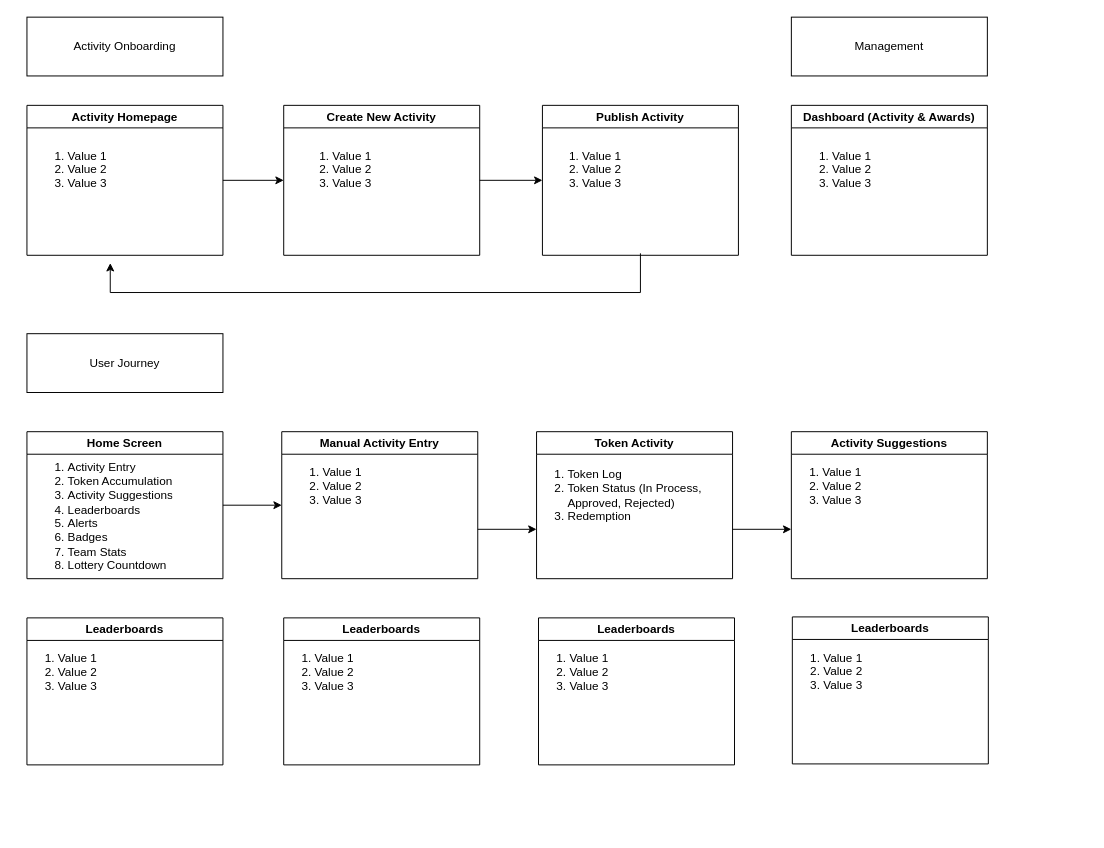
Above: Synergy Overview.drawio in ThaijaDickerson/ThaijaDickerson (draw.io), before the change. Source tidied: cells renumbered, new cells numbered last; positions are measured from the earlier drawing's top-left corner, leaving out a move shared by most shapes. Both pictures are drawn from the tidied source at 98%, with x=0, y=0 at pixel (17, 17).
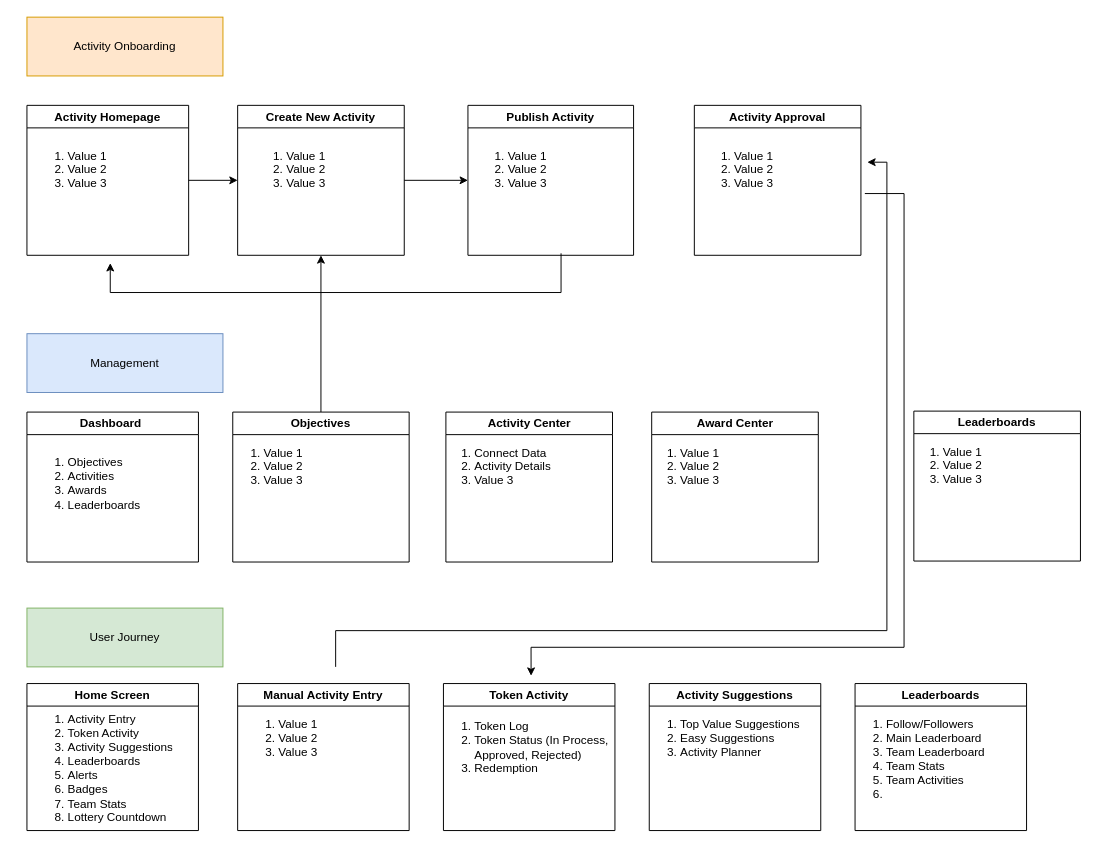
The same page after the edit.

Diff of the diagram source:
```diff
@@
     <mxCell id="2" value="Home Screen" style="swimlane;whiteSpace=wrap;html=1;" parent="1" vertex="1">
-      <mxGeometry x="10" y="423" width="200" height="150" as="geometry" />
+      <mxGeometry x="10" y="680" width="175" height="150" as="geometry" />
     </mxCell>
-    <mxCell id="3" value="&lt;ol&gt;&lt;li&gt;Activity Entry&lt;/li&gt;&lt;li&gt;Token Accumulation&lt;/li&gt;&lt;li&gt;Activity Suggestions&lt;/li&gt;&lt;li&gt;Leaderboards&lt;/li&gt;&lt;li&gt;Alerts&lt;/li&gt;&lt;li&gt;Badges&lt;/li&gt;&lt;li&gt;Team Stats&lt;/li&gt;&lt;li&gt;Lottery Countdown&lt;/li&gt;&lt;/ol&gt;" style="text;strokeColor=none;fillColor=none;html=1;whiteSpace=wrap;verticalAlign=middle;overflow=hidden;" parent="2" vertex="1">
+    <mxCell id="3" value="&lt;ol&gt;&lt;li&gt;Activity Entry&lt;/li&gt;&lt;li&gt;Token Activity&lt;/li&gt;&lt;li&gt;Activity Suggestions&lt;/li&gt;&lt;li&gt;Leaderboards&lt;/li&gt;&lt;li&gt;Alerts&lt;/li&gt;&lt;li&gt;Badges&lt;/li&gt;&lt;li&gt;Team Stats&lt;/li&gt;&lt;li&gt;Lottery Countdown&lt;/li&gt;&lt;/ol&gt;" style="text;strokeColor=none;fillColor=none;html=1;whiteSpace=wrap;verticalAlign=middle;overflow=hidden;" parent="2" vertex="1">
       <mxGeometry y="15" width="190" height="130" as="geometry" />
     </mxCell>
-    <mxCell id="4" value="Activity Onboarding" style="rounded=0;whiteSpace=wrap;html=1;" parent="1" vertex="1">
+    <mxCell id="4" value="Activity Onboarding" style="rounded=0;whiteSpace=wrap;html=1;fillColor=#ffe6cc;strokeColor=#d79b00;" parent="1" vertex="1">
       <mxGeometry x="10" width="200" height="60" as="geometry" />
     </mxCell>
-    <mxCell id="5" value="User Journey" style="rounded=0;whiteSpace=wrap;html=1;" parent="1" vertex="1">
-      <mxGeometry x="10" y="323" width="200" height="60" as="geometry" />
+    <mxCell id="5" value="User Journey" style="rounded=0;whiteSpace=wrap;html=1;fillColor=#d5e8d4;strokeColor=#82b366;" parent="1" vertex="1">
+      <mxGeometry x="10" y="603" width="200" height="60" as="geometry" />
     </mxCell>
@@
     <mxCell id="7" value="Activity Homepage" style="swimlane;whiteSpace=wrap;html=1;" parent="1" vertex="1">
-      <mxGeometry x="10" y="90" width="200" height="153" as="geometry" />
+      <mxGeometry x="10" y="90" width="165" height="153" as="geometry" />
     </mxCell>
     <mxCell id="8" value="Activity Suggestions" style="swimlane;whiteSpace=wrap;html=1;" parent="1" vertex="1">
-      <mxGeometry x="790" y="423" width="200" height="150" as="geometry" />
+      <mxGeometry x="645" y="680" width="175" height="150" as="geometry" />
     </mxCell>
-    <mxCell id="9" value="&lt;ol&gt;&lt;li&gt;Value 1&lt;/li&gt;&lt;li&gt;Value 2&lt;/li&gt;&lt;li&gt;Value 3&lt;/li&gt;&lt;/ol&gt;" style="text;strokeColor=none;fillColor=none;html=1;whiteSpace=wrap;verticalAlign=middle;overflow=hidden;" parent="8" vertex="1">
+    <mxCell id="9" value="&lt;ol&gt;&lt;li&gt;&lt;span style=&quot;background-color: initial;&quot;&gt;Top Value Suggestions&lt;/span&gt;&lt;/li&gt;&lt;li&gt;&lt;span style=&quot;background-color: initial;&quot;&gt;Easy Suggestions&lt;/span&gt;&lt;br&gt;&lt;/li&gt;&lt;li&gt;Activity Planner&lt;/li&gt;&lt;/ol&gt;" style="text;strokeColor=none;fillColor=none;html=1;whiteSpace=wrap;verticalAlign=middle;overflow=hidden;" parent="8" vertex="1">
       <mxGeometry x="-10" y="20" width="190" height="60" as="geometry" />
     </mxCell>
+    <mxCell id="35" style="edgeStyle=orthogonalEdgeStyle;rounded=0;orthogonalLoop=1;jettySize=auto;html=1;exitX=0.5;exitY=0;exitDx=0;exitDy=0;entryX=1;entryY=0.75;entryDx=0;entryDy=0;" parent="1" edge="1">
+      <mxGeometry relative="1" as="geometry">
+        <mxPoint x="325" y="663" as="sourcePoint" />
+        <mxPoint x="867.5" y="148" as="targetPoint" />
+        <Array as="points">
+          <mxPoint x="325.5" y="626" />
+          <mxPoint x="887.5" y="626" />
+          <mxPoint x="887.5" y="148" />
+        </Array>
+      </mxGeometry>
+    </mxCell>
     <mxCell id="10" value="Manual Activity Entry" style="swimlane;whiteSpace=wrap;html=1;" parent="1" vertex="1">
-      <mxGeometry x="270" y="423" width="200" height="150" as="geometry" />
+      <mxGeometry x="225" y="680" width="175" height="150" as="geometry" />
     </mxCell>
@@
     <mxCell id="12" value="Token Activity" style="swimlane;whiteSpace=wrap;html=1;" parent="1" vertex="1">
-      <mxGeometry x="530" y="423" width="200" height="150" as="geometry" />
+      <mxGeometry x="435" y="680" width="175" height="150" as="geometry" />
     </mxCell>
@@
-    <mxCell id="14" style="endArrow=classic;html=1;rounded=0;exitX=1;exitY=0.5;exitDx=0;exitDy=0;entryX=0;entryY=0.5;entryDx=0;entryDy=0;" parent="1" edge="1" source="2" target="10">
-      <mxGeometry relative="1" as="geometry" />
-    </mxCell>
-    <mxCell id="15" style="endArrow=classic;html=1;rounded=0;exitX=1;exitY=0.5;exitDx=0;exitDy=0;entryX=0;entryY=0.5;entryDx=0;entryDy=0;" parent="1" edge="1">
-      <mxGeometry relative="1" as="geometry">
-        <mxPoint x="470" y="522.6" as="sourcePoint" />
-        <mxPoint x="530" y="522.6" as="targetPoint" />
-      </mxGeometry>
-    </mxCell>
-    <mxCell id="16" style="endArrow=classic;html=1;rounded=0;exitX=1;exitY=0.5;exitDx=0;exitDy=0;entryX=0;entryY=0.5;entryDx=0;entryDy=0;" parent="1" edge="1">
-      <mxGeometry relative="1" as="geometry">
-        <mxPoint x="730" y="522.6" as="sourcePoint" />
-        <mxPoint x="790" y="522.6" as="targetPoint" />
-      </mxGeometry>
-    </mxCell>
@@
     <mxCell id="18" value="Create New Activity" style="swimlane;whiteSpace=wrap;html=1;" parent="1" vertex="1">
-      <mxGeometry x="272" y="90" width="200" height="153" as="geometry" />
+      <mxGeometry x="225" y="90" width="170" height="153" as="geometry" />
     </mxCell>
@@
     <mxCell id="20" style="edgeStyle=orthogonalEdgeStyle;rounded=0;orthogonalLoop=1;jettySize=auto;html=1;" parent="1" edge="1">
       <mxGeometry relative="1" as="geometry">
-        <mxPoint x="636" y="241" as="sourcePoint" />
+        <mxPoint x="555" y="241" as="sourcePoint" />
         <mxPoint x="95" y="251" as="targetPoint" />
         <Array as="points">
-          <mxPoint x="636" y="281" />
+          <mxPoint x="555" y="241" />
+          <mxPoint x="555" y="281" />
           <mxPoint x="95" y="281" />
         </Array>
       </mxGeometry>
     </mxCell>
     <mxCell id="21" value="Publish Activity" style="swimlane;whiteSpace=wrap;html=1;" parent="1" vertex="1">
-      <mxGeometry x="536" y="90" width="200" height="153" as="geometry" />
+      <mxGeometry x="460" y="90" width="169" height="153" as="geometry" />
     </mxCell>
@@
+    <mxCell id="36" style="edgeStyle=orthogonalEdgeStyle;rounded=0;jettySize=auto;html=1;exitX=0.5;exitY=0;exitDx=0;exitDy=0;entryX=0.5;entryY=1;entryDx=0;entryDy=0;" parent="1" edge="1" source="23" target="18">
+      <mxGeometry relative="1" as="geometry" />
+    </mxCell>
-    <mxCell id="23" value="Dashboard (Activity &amp;amp; Awards)" style="swimlane;whiteSpace=wrap;html=1;" parent="1" vertex="1">
-      <mxGeometry x="790" y="90" width="200" height="153" as="geometry" />
+    <mxCell id="23" value="Objectives" style="swimlane;whiteSpace=wrap;html=1;" parent="1" vertex="1">
+      <mxGeometry x="220" y="403" width="180" height="153" as="geometry" />
     </mxCell>
     <mxCell id="24" value="&lt;ol&gt;&lt;li&gt;Value 1&lt;/li&gt;&lt;li&gt;Value 2&lt;/li&gt;&lt;li&gt;Value 3&lt;/li&gt;&lt;/ol&gt;" style="text;strokeColor=none;fillColor=none;html=1;whiteSpace=wrap;verticalAlign=middle;overflow=hidden;" parent="23" vertex="1">
-      <mxGeometry y="30" width="190" height="60" as="geometry" />
+      <mxGeometry x="-10" y="20" width="190" height="60" as="geometry" />
     </mxCell>
-    <mxCell id="25" value="Management" style="rounded=0;whiteSpace=wrap;html=1;" parent="1" vertex="1">
-      <mxGeometry x="790" width="200" height="60" as="geometry" />
+    <mxCell id="25" value="Management" style="rounded=0;whiteSpace=wrap;html=1;fillColor=#dae8fc;strokeColor=#6c8ebf;" parent="1" vertex="1">
+      <mxGeometry x="10" y="323" width="200" height="60" as="geometry" />
     </mxCell>
@@
     <mxCell id="27" value="Leaderboards" style="swimlane;whiteSpace=wrap;html=1;" parent="1" vertex="1">
-      <mxGeometry x="10" y="613" width="200" height="150" as="geometry" />
+      <mxGeometry x="855" y="680" width="175" height="150" as="geometry" />
     </mxCell>
-    <mxCell id="28" value="&lt;ol&gt;&lt;li&gt;Value 1&lt;/li&gt;&lt;li&gt;Value 2&lt;/li&gt;&lt;li&gt;Value 3&lt;/li&gt;&lt;/ol&gt;" style="text;strokeColor=none;fillColor=none;html=1;whiteSpace=wrap;verticalAlign=middle;overflow=hidden;" parent="27" vertex="1">
-      <mxGeometry x="-10" y="20" width="190" height="60" as="geometry" />
+    <mxCell id="28" value="&lt;ol&gt;&lt;li&gt;Follow/Followers&amp;nbsp;&lt;/li&gt;&lt;li&gt;Main Leaderboard&lt;/li&gt;&lt;li&gt;Team Leaderboard&lt;/li&gt;&lt;li&gt;Team Stats&lt;/li&gt;&lt;li&gt;Team Activities&lt;/li&gt;&lt;li&gt;&lt;br&gt;&lt;/li&gt;&lt;/ol&gt;" style="text;strokeColor=none;fillColor=none;html=1;whiteSpace=wrap;verticalAlign=middle;overflow=hidden;" parent="27" vertex="1">
+      <mxGeometry x="-10" y="20" width="190" height="110" as="geometry" />
     </mxCell>
-    <mxCell id="29" value="Leaderboards" style="swimlane;whiteSpace=wrap;html=1;" parent="1" vertex="1">
-      <mxGeometry x="272" y="613" width="200" height="150" as="geometry" />
-    </mxCell>
-    <mxCell id="30" value="&lt;ol&gt;&lt;li&gt;Value 1&lt;/li&gt;&lt;li&gt;Value 2&lt;/li&gt;&lt;li&gt;Value 3&lt;/li&gt;&lt;/ol&gt;" style="text;strokeColor=none;fillColor=none;html=1;whiteSpace=wrap;verticalAlign=middle;overflow=hidden;" parent="29" vertex="1">
-      <mxGeometry x="-10" y="20" width="190" height="60" as="geometry" />
-    </mxCell>
-    <mxCell id="31" value="Leaderboards" style="swimlane;whiteSpace=wrap;html=1;" parent="1" vertex="1">
-      <mxGeometry x="532" y="613" width="200" height="150" as="geometry" />
-    </mxCell>
-    <mxCell id="32" value="&lt;ol&gt;&lt;li&gt;Value 1&lt;/li&gt;&lt;li&gt;Value 2&lt;/li&gt;&lt;li&gt;Value 3&lt;/li&gt;&lt;/ol&gt;" style="text;strokeColor=none;fillColor=none;html=1;whiteSpace=wrap;verticalAlign=middle;overflow=hidden;" parent="31" vertex="1">
-      <mxGeometry x="-10" y="20" width="190" height="60" as="geometry" />
-    </mxCell>
-    <mxCell id="33" value="Leaderboards" style="swimlane;whiteSpace=wrap;html=1;" parent="1" vertex="1">
-      <mxGeometry x="791" y="612" width="200" height="150" as="geometry" />
-    </mxCell>
-    <mxCell id="34" value="&lt;ol&gt;&lt;li&gt;Value 1&lt;/li&gt;&lt;li&gt;Value 2&lt;/li&gt;&lt;li&gt;Value 3&lt;/li&gt;&lt;/ol&gt;" style="text;strokeColor=none;fillColor=none;html=1;whiteSpace=wrap;verticalAlign=middle;overflow=hidden;" parent="33" vertex="1">
-      <mxGeometry x="-10" y="20" width="190" height="60" as="geometry" />
-    </mxCell>
+    <mxCell id="37" value="Dashboard&amp;nbsp;" style="swimlane;whiteSpace=wrap;html=1;" parent="1" vertex="1">
+      <mxGeometry x="10" y="403" width="175" height="153" as="geometry" />
+    </mxCell>
+    <mxCell id="38" value="&lt;ol&gt;&lt;li&gt;Objectives&lt;/li&gt;&lt;li&gt;Activities&lt;/li&gt;&lt;li&gt;Awards&lt;/li&gt;&lt;li&gt;Leaderboards&lt;/li&gt;&lt;/ol&gt;" style="text;strokeColor=none;fillColor=none;html=1;whiteSpace=wrap;verticalAlign=middle;overflow=hidden;" parent="37" vertex="1">
+      <mxGeometry y="30" width="160" height="80" as="geometry" />
+    </mxCell>
+    <mxCell id="39" value="Activity Approval" style="swimlane;whiteSpace=wrap;html=1;" parent="1" vertex="1">
+      <mxGeometry x="691" y="90" width="170" height="153" as="geometry" />
+    </mxCell>
+    <mxCell id="40" value="&lt;ol&gt;&lt;li&gt;Value 1&lt;/li&gt;&lt;li&gt;Value 2&lt;/li&gt;&lt;li&gt;Value 3&lt;/li&gt;&lt;/ol&gt;" style="text;strokeColor=none;fillColor=none;html=1;whiteSpace=wrap;verticalAlign=middle;overflow=hidden;" parent="39" vertex="1">
+      <mxGeometry x="-1" y="30" width="161" height="60" as="geometry" />
+    </mxCell>
+    <mxCell id="41" value="Activity Center" style="swimlane;whiteSpace=wrap;html=1;" parent="1" vertex="1">
+      <mxGeometry x="437.5" y="403" width="170" height="153" as="geometry" />
+    </mxCell>
+    <mxCell id="42" value="&lt;ol&gt;&lt;li&gt;Connect Data&lt;/li&gt;&lt;li&gt;Activity Details&lt;/li&gt;&lt;li&gt;Value 3&lt;/li&gt;&lt;/ol&gt;" style="text;strokeColor=none;fillColor=none;html=1;whiteSpace=wrap;verticalAlign=middle;overflow=hidden;" parent="41" vertex="1">
+      <mxGeometry x="-12.5" y="20" width="190" height="60" as="geometry" />
+    </mxCell>
+    <mxCell id="43" style="edgeStyle=orthogonalEdgeStyle;rounded=0;jettySize=auto;html=1;entryX=0.511;entryY=-0.053;entryDx=0;entryDy=0;entryPerimeter=0;" parent="1" edge="1" target="12">
+      <mxGeometry relative="1" as="geometry">
+        <mxPoint x="865" y="180" as="sourcePoint" />
+        <Array as="points">
+          <mxPoint x="905" y="180" />
+          <mxPoint x="905" y="643" />
+          <mxPoint x="524" y="643" />
+        </Array>
+      </mxGeometry>
+    </mxCell>
+    <mxCell id="44" value="Award Center" style="swimlane;whiteSpace=wrap;html=1;" parent="1" vertex="1">
+      <mxGeometry x="647.5" y="403" width="170" height="153" as="geometry" />
+    </mxCell>
+    <mxCell id="45" value="&lt;ol&gt;&lt;li&gt;Value 1&lt;/li&gt;&lt;li&gt;Value 2&lt;/li&gt;&lt;li&gt;Value 3&lt;/li&gt;&lt;/ol&gt;" style="text;strokeColor=none;fillColor=none;html=1;whiteSpace=wrap;verticalAlign=middle;overflow=hidden;" parent="44" vertex="1">
+      <mxGeometry x="-12.5" y="20" width="190" height="60" as="geometry" />
+    </mxCell>
+    <mxCell id="46" value="Leaderboards" style="swimlane;whiteSpace=wrap;html=1;" parent="1" vertex="1">
+      <mxGeometry x="915" y="402" width="170" height="153" as="geometry" />
+    </mxCell>
+    <mxCell id="47" value="&lt;ol&gt;&lt;li&gt;Value 1&lt;/li&gt;&lt;li&gt;Value 2&lt;/li&gt;&lt;li&gt;Value 3&lt;/li&gt;&lt;/ol&gt;" style="text;strokeColor=none;fillColor=none;html=1;whiteSpace=wrap;verticalAlign=middle;overflow=hidden;" parent="46" vertex="1">
+      <mxGeometry x="-12.5" y="20" width="190" height="60" as="geometry" />
+    </mxCell>
```
